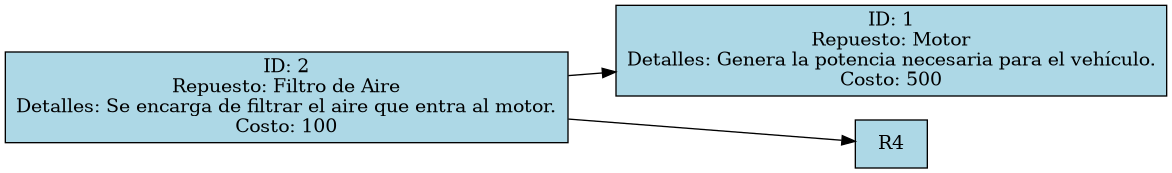
The Graphviz diagram Fase_2/AutoGestPro/AutoGestPro/Reports/repuestos.png in Santiago78op/EDD_1S2025_201905884, before a commit. Its source is kept beside it as Fase_2/AutoGestPro/AutoGestPro/Reports/repuestos.dot. The source it was exported from:
```dot
digraph Repuestos {
node [shape=box, style=filled, fillcolor=lightblue];
rankdir=LR;
R2 [label="ID: 2\nRepuesto: Filtro de Aire\nDetalles: Se encarga de filtrar el aire que entra al motor.\nCosto: 100"];

"R2" -> "R1";
"R2" -> "R4";
R1 [label="ID: 1\nRepuesto: Motor\nDetalles: Genera la potencia necesaria para el vehículo.\nCosto: 500"];

}
```
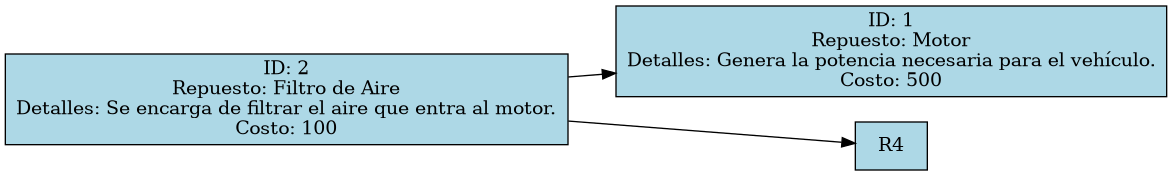
After the commit.

Diff of the diagram source:
```diff
@@ -1,5 +1,5 @@
 digraph Repuestos {
-node [shape=box, style=filled, fillcolor=lightblue];
+node [shape=record, style=filled, fillcolor=lightblue];
 rankdir=LR;
 R2 [label="ID: 2\nRepuesto: Filtro de Aire\nDetalles: Se encarga de filtrar el aire que entra al motor.\nCosto: 100"];
 
```
